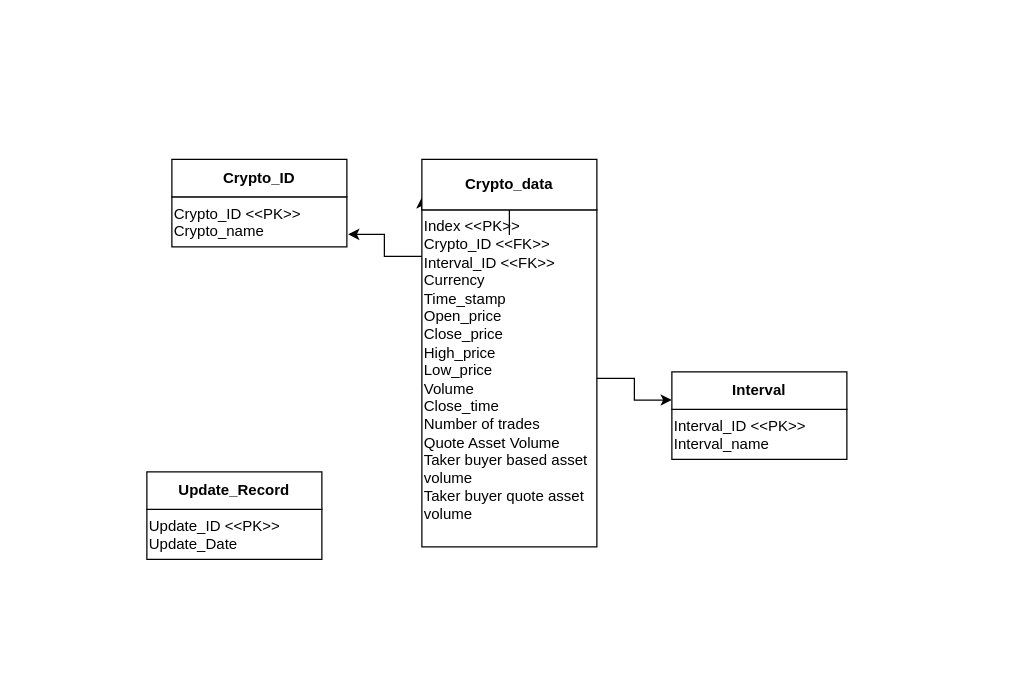
Above: Docs/Crypto_UML.drawio in DataScientest-Studio/OPA-Bootcamp-DE-Feb25 (draw.io), before the change. Source tidied: cells renumbered, new cells numbered last; positions are measured from the earlier drawing's top-left corner, leaving out a move shared by most shapes. Both pictures are drawn from the tidied source at 125%, with x=0, y=0 at pixel (146, 159). Pictures stored in the file or linked from it are replaced by grey dashed boxes.
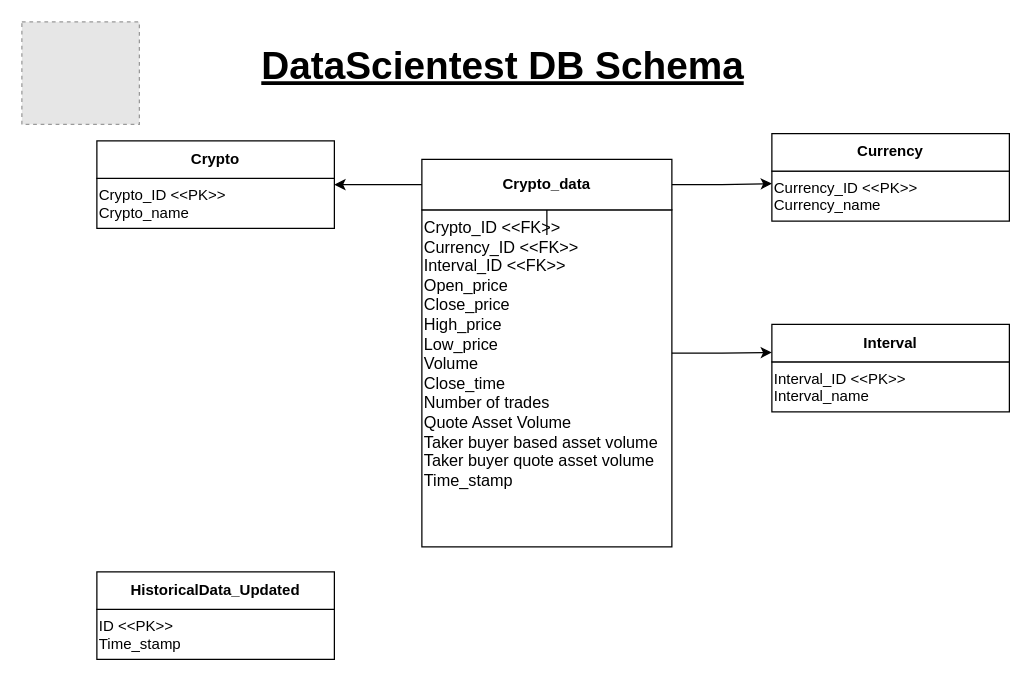
Above is the later version.

The edit, as a diff of the source:
```diff
@@
     <mxCell id="2" style="group;" parent="1" vertex="1">
-      <mxGeometry x="20" width="140" height="70" as="geometry" />
+      <mxGeometry x="-40" y="-14.8" width="190" height="70" as="geometry" />
     </mxCell>
     <mxCell id="3" value="&lt;div&gt;Crypto_ID &amp;lt;&amp;lt;PK&amp;gt;&amp;gt;&lt;/div&gt;&lt;div&gt;Crypto_name&lt;/div&gt;" style="whiteSpace=wrap;html=1;verticalAlign=top;align=left;" parent="2" vertex="1">
-      <mxGeometry y="30" width="140" height="40" as="geometry" />
+      <mxGeometry y="30" width="190" height="40" as="geometry" />
     </mxCell>
-    <mxCell id="4" value="&lt;b&gt;Crypto_ID&lt;/b&gt;" style="rounded=0;whiteSpace=wrap;html=1;" parent="2" vertex="1">
-      <mxGeometry width="140" height="30" as="geometry" />
+    <mxCell id="4" value="&lt;b&gt;Crypto&lt;/b&gt;" style="rounded=0;whiteSpace=wrap;html=1;" parent="2" vertex="1">
+      <mxGeometry width="190" height="30" as="geometry" />
     </mxCell>
@@
+    <mxCell id="22" style="group;" parent="1" vertex="1">
+      <mxGeometry x="500" y="-20.6" width="190" height="70" as="geometry" />
+    </mxCell>
+    <mxCell id="23" value="&lt;div&gt;Currency_ID &amp;lt;&amp;lt;PK&amp;gt;&amp;gt;&lt;/div&gt;&lt;div&gt;Currency_name&lt;/div&gt;" style="whiteSpace=wrap;html=1;verticalAlign=top;align=left;" parent="22" vertex="1">
+      <mxGeometry y="30" width="190" height="40" as="geometry" />
+    </mxCell>
+    <mxCell id="24" value="&lt;b&gt;Currency&lt;/b&gt;" style="rounded=0;whiteSpace=wrap;html=1;" parent="22" vertex="1">
+      <mxGeometry width="190" height="30" as="geometry" />
+    </mxCell>
+    <mxCell id="25" style="edgeStyle=orthogonalEdgeStyle;rounded=0;orthogonalLoop=1;jettySize=auto;html=1;exitX=0.5;exitY=1;exitDx=0;exitDy=0;" parent="22" edge="1" source="23" target="23">
+      <mxGeometry relative="1" as="geometry" />
+    </mxCell>
+    <mxCell id="26" style="edgeStyle=orthogonalEdgeStyle;rounded=0;jettySize=auto;html=1;entryX=0;entryY=0.25;entryDx=0;entryDy=0;" parent="1" edge="1" source="10" target="23">
+      <mxGeometry relative="1" as="geometry" />
+    </mxCell>
-    <mxCell id="6" style="group;" parent="1" vertex="1">
-      <mxGeometry x="220" width="140" height="310" as="geometry" />
+    <mxCell id="6" style="group;fontSize=15;" parent="1" vertex="1">
+      <mxGeometry x="220" width="200" height="310" as="geometry" />
     </mxCell>
-    <mxCell id="7" style="edgeStyle=orthogonalEdgeStyle;rounded=0;jettySize=auto;html=1;exitX=0;exitY=0;exitDx=0;exitDy=0;entryX=0;entryY=0.75;entryDx=0;entryDy=0;" parent="6" edge="1" source="8" target="10">
-      <mxGeometry relative="1" as="geometry" />
-    </mxCell>
-    <mxCell id="8" value="&lt;div&gt;Index&amp;nbsp;&amp;lt;&amp;lt;PK&amp;gt;&amp;gt; &lt;br&gt;&lt;/div&gt;&lt;div&gt;Crypto_ID &amp;lt;&amp;lt;FK&amp;gt;&amp;gt;&lt;/div&gt;&lt;div&gt;Interval_ID &amp;lt;&amp;lt;FK&amp;gt;&amp;gt;&lt;/div&gt;&lt;div&gt;Currency&lt;/div&gt;&lt;div&gt;Time_stamp &lt;br&gt;&lt;/div&gt;&lt;div&gt;Open_price&lt;/div&gt;&lt;div&gt;Close_price&lt;/div&gt;&lt;div&gt;High_price&lt;/div&gt;&lt;div&gt;Low_price&lt;/div&gt;&lt;div&gt;Volume&lt;/div&gt;&lt;div&gt;Close_time&lt;/div&gt;&lt;div&gt;Number of trades&lt;/div&gt;&lt;div&gt;Quote Asset Volume&lt;/div&gt;&lt;div&gt;Taker buyer based asset volume&lt;/div&gt;&lt;div&gt;Taker buyer quote asset volume&lt;/div&gt;&lt;div&gt;&lt;br&gt;&lt;/div&gt;" style="whiteSpace=wrap;html=1;verticalAlign=top;align=left;" parent="6" vertex="1">
-      <mxGeometry y="40.4" width="140" height="269.6" as="geometry" />
+    <mxCell id="8" value="&lt;div&gt;Crypto_ID &amp;lt;&amp;lt;FK&amp;gt;&amp;gt;&lt;/div&gt;&lt;div&gt;Currency_ID &amp;lt;&amp;lt;FK&amp;gt;&amp;gt;&lt;/div&gt;&lt;div&gt;&lt;span style=&quot;background-color: transparent; color: light-dark(rgb(0, 0, 0), rgb(255, 255, 255));&quot;&gt;Interval_ID &amp;lt;&amp;lt;FK&amp;gt;&amp;gt;&lt;/span&gt;&lt;/div&gt;&lt;div&gt;Open_price&lt;/div&gt;&lt;div&gt;Close_price&lt;/div&gt;&lt;div&gt;High_price&lt;/div&gt;&lt;div&gt;Low_price&lt;/div&gt;&lt;div&gt;Volume&lt;/div&gt;&lt;div&gt;Close_time&lt;/div&gt;&lt;div&gt;Number of trades&lt;/div&gt;&lt;div&gt;Quote Asset Volume&lt;/div&gt;&lt;div&gt;Taker buyer based asset volume&lt;/div&gt;&lt;div&gt;Taker buyer quote asset volume&lt;/div&gt;&lt;div&gt;&lt;div&gt;Time_stamp&lt;/div&gt;&lt;/div&gt;&lt;div&gt;&lt;br&gt;&lt;/div&gt;" style="whiteSpace=wrap;html=1;verticalAlign=top;align=left;fontSize=13;" parent="6" vertex="1">
+      <mxGeometry y="40.4" width="200" height="269.6" as="geometry" />
     </mxCell>
@@
     <mxCell id="10" value="&lt;b&gt;Crypto_data&lt;/b&gt;" style="rounded=0;whiteSpace=wrap;html=1;" parent="6" vertex="1">
-      <mxGeometry width="140" height="40.4" as="geometry" />
+      <mxGeometry width="200" height="40.4" as="geometry" />
     </mxCell>
@@
     <mxCell id="12" style="group;" parent="1" vertex="1">
-      <mxGeometry x="420" y="170" width="140" height="70" as="geometry" />
+      <mxGeometry x="500" y="132" width="190" height="70" as="geometry" />
     </mxCell>
     <mxCell id="13" value="&lt;div&gt;Interval_ID &amp;lt;&amp;lt;PK&amp;gt;&amp;gt;&lt;/div&gt;&lt;div&gt;Interval_name&lt;/div&gt;" style="whiteSpace=wrap;html=1;verticalAlign=top;align=left;" parent="12" vertex="1">
-      <mxGeometry y="30" width="140" height="40" as="geometry" />
+      <mxGeometry y="30" width="190" height="40" as="geometry" />
     </mxCell>
     <mxCell id="14" value="&lt;b&gt;Interval&lt;/b&gt;" style="rounded=0;whiteSpace=wrap;html=1;" parent="12" vertex="1">
-      <mxGeometry width="140" height="30" as="geometry" />
+      <mxGeometry width="190" height="30" as="geometry" />
     </mxCell>
@@
-    <mxCell id="16" style="edgeStyle=orthogonalEdgeStyle;rounded=0;jettySize=auto;html=1;exitX=0;exitY=0.25;exitDx=0;exitDy=0;entryX=1.007;entryY=0.857;entryDx=0;entryDy=0;entryPerimeter=0;" parent="1" edge="1" source="6" target="2">
+    <mxCell id="16" style="edgeStyle=orthogonalEdgeStyle;rounded=0;jettySize=auto;html=1;entryX=1;entryY=0.5;entryDx=0;entryDy=0;" parent="1" edge="1" source="10" target="2">
       <mxGeometry relative="1" as="geometry" />
     </mxCell>
-    <mxCell id="17" style="edgeStyle=orthogonalEdgeStyle;rounded=0;jettySize=auto;html=1;exitX=1;exitY=0.5;exitDx=0;exitDy=0;entryX=0;entryY=0.75;entryDx=0;entryDy=0;" parent="1" edge="1" source="8" target="14">
+    <mxCell id="17" style="edgeStyle=orthogonalEdgeStyle;rounded=0;jettySize=auto;html=1;entryX=0;entryY=0.75;entryDx=0;entryDy=0;exitX=1;exitY=0.5;exitDx=0;exitDy=0;" parent="1" edge="1" source="6" target="14">
       <mxGeometry relative="1" as="geometry" />
     </mxCell>
-    <mxCell id="18" style="group;" parent="1" vertex="1">
-      <mxGeometry y="250" width="140" height="70" as="geometry" />
-    </mxCell>
-    <mxCell id="19" value="&lt;div&gt;Update_ID &amp;lt;&amp;lt;PK&amp;gt;&amp;gt;&lt;/div&gt;&lt;div&gt;Update_Date&lt;/div&gt;" style="whiteSpace=wrap;html=1;verticalAlign=top;align=left;" parent="18" vertex="1">
-      <mxGeometry y="30" width="140" height="40" as="geometry" />
-    </mxCell>
-    <mxCell id="20" value="&lt;b&gt;Update_Record&lt;/b&gt;" style="rounded=0;whiteSpace=wrap;html=1;" parent="18" vertex="1">
-      <mxGeometry width="140" height="30" as="geometry" />
-    </mxCell>
-    <mxCell id="21" style="edgeStyle=orthogonalEdgeStyle;rounded=0;orthogonalLoop=1;jettySize=auto;html=1;exitX=0.5;exitY=1;exitDx=0;exitDy=0;" parent="18" edge="1" source="19" target="19">
-      <mxGeometry relative="1" as="geometry" />
-    </mxCell>
+    <mxCell id="27" value="DataScientest DB Schema" style="text;html=1;align=center;verticalAlign=middle;whiteSpace=wrap;rounded=0;fontSize=31;fontStyle=5;" parent="1" vertex="1">
+      <mxGeometry x="-40" y="-90" width="650" height="30" as="geometry" />
+    </mxCell>
+    <mxCell id="28" style="group;" parent="1" vertex="1">
+      <mxGeometry x="-40" y="330" width="190" height="70" as="geometry" />
+    </mxCell>
+    <mxCell id="29" value="&lt;div&gt;ID &amp;lt;&amp;lt;PK&amp;gt;&amp;gt;&lt;/div&gt;&lt;div&gt;Time_stamp&lt;/div&gt;" style="whiteSpace=wrap;html=1;verticalAlign=top;align=left;" parent="28" vertex="1">
+      <mxGeometry y="30" width="190" height="40" as="geometry" />
+    </mxCell>
+    <mxCell id="30" value="&lt;b&gt;HistoricalData_Updated&lt;/b&gt;" style="rounded=0;whiteSpace=wrap;html=1;" parent="28" vertex="1">
+      <mxGeometry width="190" height="30" as="geometry" />
+    </mxCell>
+    <mxCell id="31" style="edgeStyle=orthogonalEdgeStyle;rounded=0;orthogonalLoop=1;jettySize=auto;html=1;exitX=0.5;exitY=1;exitDx=0;exitDy=0;" parent="28" edge="1" source="29" target="29">
+      <mxGeometry relative="1" as="geometry" />
+    </mxCell>
+    <mxCell id="32" style="fillColor=#E6E6E6;strokeColor=#999999;dashed=1;verticalLabelPosition=bottom;labelBackgroundColor=default;verticalAlign=top;" parent="1" vertex="1">
+      <mxGeometry x="-100" y="-110" width="94" height="82" as="geometry" />
+    </mxCell>
```
